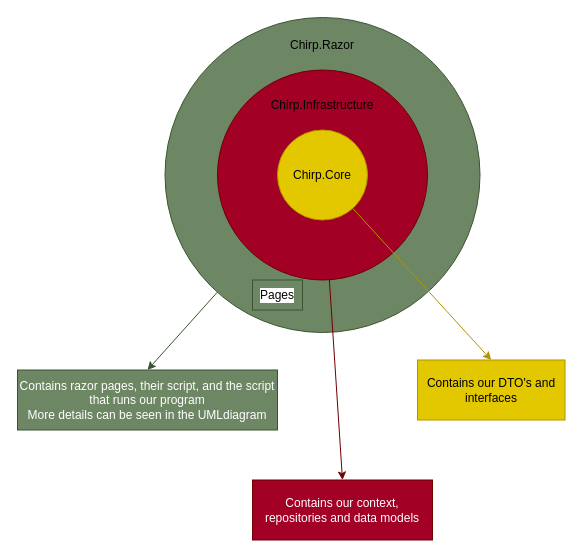
Above: Docs/Images/OnionArchitectureDiagram.drawio in ITU-BDSA23-GROUP4/Chirp (draw.io), before the change. Source tidied: cells renumbered, new cells numbered last; positions are measured from the earlier drawing's top-left corner, leaving out a move shared by most shapes. Both pictures are drawn from the tidied source at 100%, with x=0, y=0 at pixel (17, 17).
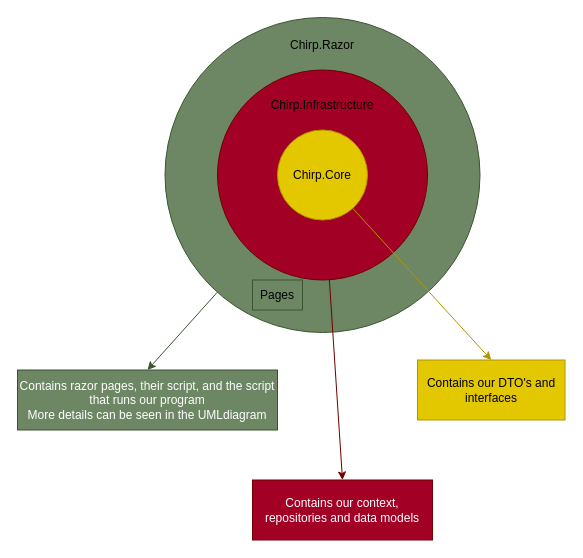
The same diagram, later.

What changed in the source:
```diff
@@
 <mxGraphModel>
   <root>
     <mxCell id="0" />
     <mxCell id="1" parent="0" />
     <mxCell id="2" style="edgeStyle=none;html=1;entryX=0.5;entryY=0;entryDx=0;entryDy=0;fillColor=#6d8764;strokeColor=#3A5431;" parent="1" edge="1" source="3" target="10">
       <mxGeometry relative="1" as="geometry" />
     </mxCell>
     <mxCell id="3" style="ellipse;whiteSpace=wrap;html=1;fillColor=#6d8764;fontColor=#ffffff;strokeColor=#3A5431;" parent="1" vertex="1">
       <mxGeometry x="147.5" width="315" height="315" as="geometry" />
     </mxCell>
     <mxCell id="4" style="edgeStyle=none;html=1;entryX=0.5;entryY=0;entryDx=0;entryDy=0;fillColor=#a20025;strokeColor=#6F0000;" parent="1" edge="1" source="5" target="11">
       <mxGeometry relative="1" as="geometry" />
     </mxCell>
     <mxCell id="5" style="ellipse;whiteSpace=wrap;html=1;fillColor=#a20025;fontColor=#ffffff;strokeColor=#6F0000;" parent="1" vertex="1">
       <mxGeometry x="200" y="52.5" width="210" height="210" as="geometry" />
     </mxCell>
     <mxCell id="6" style="edgeStyle=none;html=1;entryX=0.5;entryY=0;entryDx=0;entryDy=0;fillColor=#e3c800;strokeColor=#B09500;" parent="1" edge="1" source="7" target="12">
       <mxGeometry relative="1" as="geometry" />
     </mxCell>
     <mxCell id="7" value="Chirp.Core" style="ellipse;whiteSpace=wrap;html=1;fillColor=#e3c800;fontColor=#000000;strokeColor=#B09500;" parent="1" vertex="1">
       <mxGeometry x="260" y="112.5" width="90" height="90" as="geometry" />
     </mxCell>
     <mxCell id="8" value="Chirp.Infrastructure" style="text;html=1;strokeColor=none;fillColor=none;align=center;verticalAlign=middle;whiteSpace=wrap;rounded=0;" parent="1" vertex="1">
       <mxGeometry x="275" y="72.5" width="60" height="30" as="geometry" />
     </mxCell>
     <mxCell id="9" value="Chirp.Razor" style="text;html=1;strokeColor=none;fillColor=none;align=center;verticalAlign=middle;whiteSpace=wrap;rounded=0;" parent="1" vertex="1">
       <mxGeometry x="275" y="12.5" width="60" height="30" as="geometry" />
     </mxCell>
     <mxCell id="10" value="Contains razor pages, their script, and the script that runs our program&lt;br&gt;More details can be seen in the UMLdiagram" style="rounded=0;whiteSpace=wrap;html=1;fillColor=#6d8764;fontColor=#ffffff;strokeColor=#3A5431;" parent="1" vertex="1">
       <mxGeometry y="352.5" width="260" height="60" as="geometry" />
     </mxCell>
     <mxCell id="11" value="Contains our context, repositories and data models" style="rounded=0;whiteSpace=wrap;html=1;fillColor=#a20025;fontColor=#ffffff;strokeColor=#6F0000;" parent="1" vertex="1">
       <mxGeometry x="235" y="462.5" width="180" height="60" as="geometry" />
     </mxCell>
     <mxCell id="12" value="Contains our DTO's and interfaces" style="rounded=0;whiteSpace=wrap;html=1;fillColor=#e3c800;fontColor=#000000;strokeColor=#B09500;" parent="1" vertex="1">
       <mxGeometry x="400" y="342.5" width="147.5" height="60" as="geometry" />
     </mxCell>
-    <mxCell id="13" value="&lt;font style=&quot;&quot; color=&quot;#030303&quot;&gt;Pages&lt;/font&gt;" style="rounded=0;whiteSpace=wrap;html=1;labelBackgroundColor=#FFFFFF;strokeColor=#3A5431;fontColor=#ffffff;fillColor=#6d8764;" parent="1" vertex="1">
+    <mxCell id="13" value="&lt;font style=&quot;&quot; color=&quot;#030303&quot;&gt;Pages&lt;/font&gt;" style="rounded=0;whiteSpace=wrap;html=1;labelBackgroundColor=none;strokeColor=#3A5431;fontColor=#ffffff;fillColor=#6d8764;" parent="1" vertex="1">
       <mxGeometry x="235" y="262.5" width="50" height="30" as="geometry" />
     </mxCell>
   </root>
 </mxGraphModel>
```
